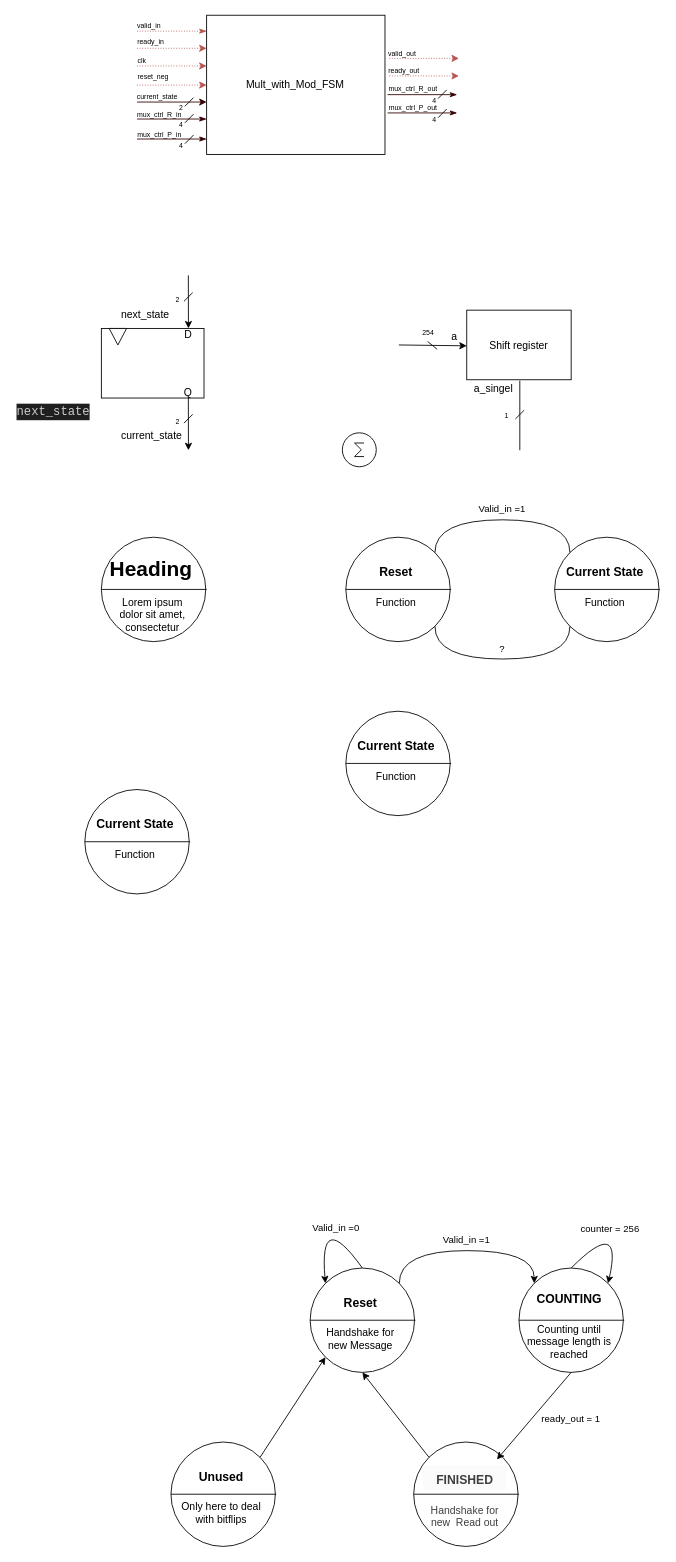
Before: page "State_Dig_Mult_with_mod_fsm" (3 of 8) of TermProject/figurer/For_datasheet/Datas_sheet_drawings.drawio in Lorangs/TFE4141_Digital_Design_1, a draw.io diagram. Source tidied: cells renumbered, new cells numbered last; positions are measured from the earlier drawing's top-left corner, leaving out a move shared by most shapes. Both pictures are drawn from the tidied source at 87%, with x=0, y=0 at pixel (15, 15).
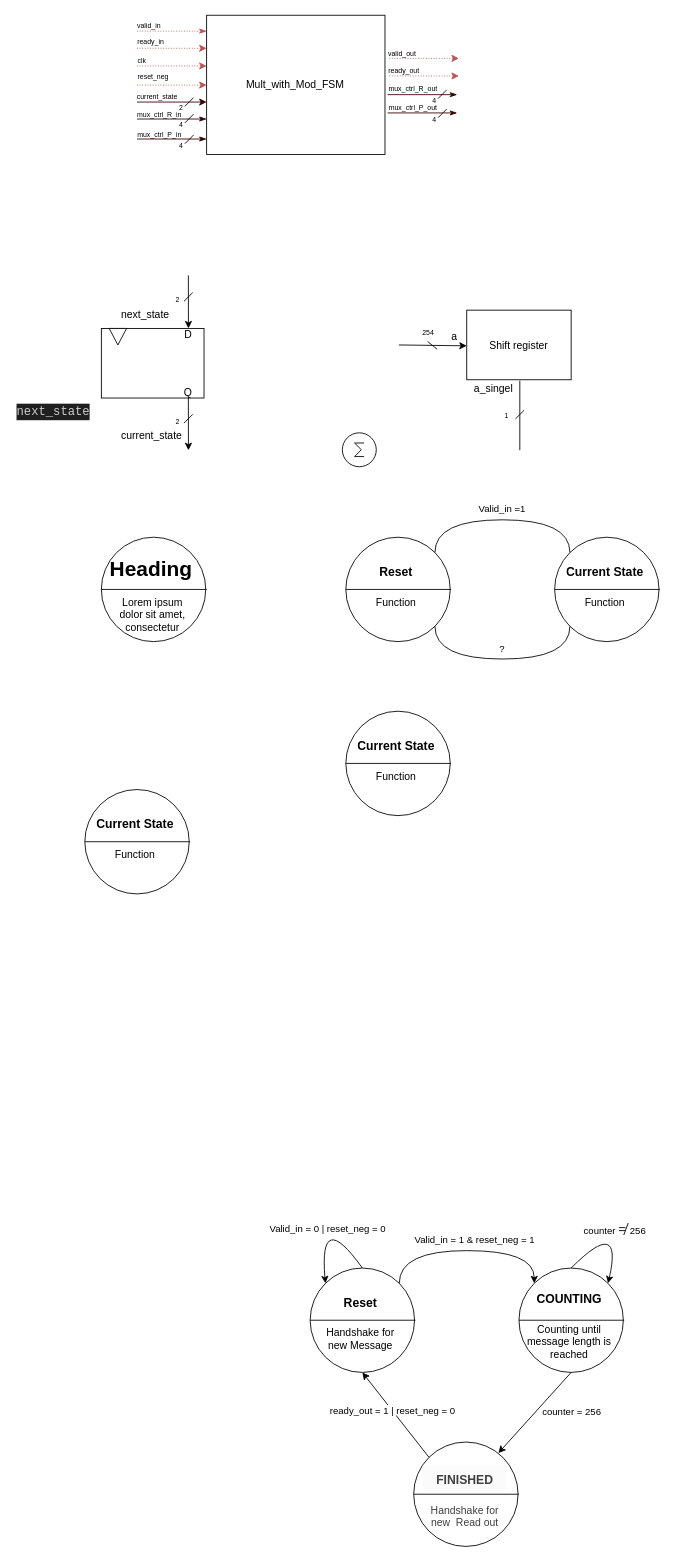
After the change.

The change refers to these unchanged cells:
```xml
<mxCell id="71" style="ellipse;whiteSpace=wrap;html=1;" parent="70" vertex="1">
  <mxGeometry width="120" height="120" as="geometry" />
</mxCell>
<mxCell id="76" style="ellipse;whiteSpace=wrap;html=1;" parent="75" vertex="1">
  <mxGeometry width="120" height="120" as="geometry" />
</mxCell>
<mxCell id="84" style="ellipse;whiteSpace=wrap;html=1;" parent="83" vertex="1">
  <mxGeometry width="120" height="120" as="geometry" />
</mxCell>
<mxCell id="86" value="&lt;h1 style=&quot;scrollbar-color: rgb(226, 226, 226) rgb(251, 251, 251); background-color: rgb(251, 251, 251); margin-top: 0px;&quot;&gt;&lt;span style=&quot;scrollbar-color: rgb(226, 226, 226) rgb(251, 251, 251); font-size: 14px; color: rgb(63, 63, 63);&quot;&gt;FINISHED&lt;/span&gt;&lt;/h1&gt;&lt;div&gt;&lt;span style=&quot;color: rgb(63, 63, 63);&quot;&gt;Handshake for new&amp;nbsp; Read out&lt;/span&gt;&lt;/div&gt;" style="text;html=1;whiteSpace=wrap;overflow=hidden;rounded=0;align=center;" parent="83" vertex="1">
  <mxGeometry x="10" y="20" width="98" height="86" as="geometry" />
</mxCell>
```

The edit, as a diff of the source:
```diff
@@
-    <mxCell id="66" style="group;" parent="1" vertex="1">
-      <mxGeometry x="179" y="1640" width="121" height="120" as="geometry" />
-    </mxCell>
-    <mxCell id="67" style="ellipse;whiteSpace=wrap;html=1;" parent="66" vertex="1">
-      <mxGeometry width="120" height="120" as="geometry" />
-    </mxCell>
-    <mxCell id="68" style="endArrow=none;html=1;exitX=0;exitY=0.5;exitDx=0;exitDy=0;" parent="66" edge="1" source="67">
-      <mxGeometry relative="1" as="geometry">
-        <mxPoint x="121" y="60" as="targetPoint" />
-      </mxGeometry>
-    </mxCell>
-    <mxCell id="69" value="&lt;h1 style=&quot;margin-top: 0px;&quot;&gt;&lt;span style=&quot;font-size: 14px;&quot;&gt;Unused&lt;/span&gt;&lt;/h1&gt;&lt;div&gt;&lt;font&gt;Only here to deal with bitflips&lt;/font&gt;&lt;/div&gt;" style="text;html=1;whiteSpace=wrap;overflow=hidden;rounded=0;align=center;" parent="66" vertex="1">
-      <mxGeometry x="8" y="16" width="100" height="90" as="geometry" />
-    </mxCell>
@@
-    <mxCell id="81" value="&lt;font style=&quot;font-size: 11px;&quot;&gt;Valid_in =1&lt;/font&gt;" style="text;html=1;align=center;verticalAlign=middle;whiteSpace=wrap;rounded=0;" parent="1" vertex="1">
-      <mxGeometry x="489" y="1393" width="60" height="30" as="geometry" />
+    <mxCell id="81" value="&lt;font style=&quot;font-size: 11px;&quot;&gt;Valid_in = 1 &amp;amp; reset_neg = 1&lt;/font&gt;" style="text;html=1;align=center;verticalAlign=middle;whiteSpace=wrap;rounded=0;" parent="1" vertex="1">
+      <mxGeometry x="458" y="1393" width="141" height="30" as="geometry" />
     </mxCell>
-    <mxCell id="82" value="&lt;font style=&quot;font-size: 11px;&quot;&gt;ready_out = 1&lt;/font&gt;" style="text;html=1;align=center;verticalAlign=middle;whiteSpace=wrap;rounded=0;" parent="1" vertex="1">
-      <mxGeometry x="594" y="1598" width="90" height="30" as="geometry" />
-    </mxCell>
@@
-    <mxCell id="87" value="&lt;font style=&quot;font-size: 11px;&quot;&gt;Valid_in =0&lt;/font&gt;" style="text;html=1;align=center;verticalAlign=middle;whiteSpace=wrap;rounded=0;" parent="1" vertex="1">
-      <mxGeometry x="339" y="1379" width="60" height="30" as="geometry" />
+    <mxCell id="87" value="&lt;font style=&quot;font-size: 11px;&quot;&gt;Valid_in = 0 | reset_neg = 0&lt;/font&gt;" style="text;html=1;align=center;verticalAlign=middle;whiteSpace=wrap;rounded=0;" parent="1" vertex="1">
+      <mxGeometry x="289" y="1380" width="141" height="30" as="geometry" />
     </mxCell>
-    <mxCell id="88" value="&lt;font style=&quot;font-size: 11px;&quot;&gt;counter = 256&lt;/font&gt;" style="text;html=1;align=center;verticalAlign=middle;whiteSpace=wrap;rounded=0;" parent="1" vertex="1">
-      <mxGeometry x="649" y="1380" width="70" height="30" as="geometry" />
+    <mxCell id="88" value="&lt;font style=&quot;font-size: 11px;&quot;&gt;counter&amp;nbsp;&lt;span style=&quot;color: rgb(33, 37, 41); font-family: system-ui, -apple-system, &amp;quot;Segoe UI&amp;quot;, Roboto, &amp;quot;Helvetica Neue&amp;quot;, Arial, &amp;quot;Noto Sans&amp;quot;, &amp;quot;Liberation Sans&amp;quot;, sans-serif, &amp;quot;Apple Color Emoji&amp;quot;, &amp;quot;Segoe UI Emoji&amp;quot;, &amp;quot;Segoe UI Symbol&amp;quot;, &amp;quot;Noto Color Emoji&amp;quot;; font-size: 16px; text-align: start; background-color: rgb(255, 255, 255);&quot;&gt;≠&amp;nbsp;&lt;/span&gt;256&lt;/font&gt;" style="text;html=1;align=center;verticalAlign=middle;whiteSpace=wrap;rounded=0;" parent="1" vertex="1">
+      <mxGeometry x="649" y="1380" width="81" height="30" as="geometry" />
     </mxCell>
-    <mxCell id="89" style="endArrow=none;html=1;entryX=0.5;entryY=1;entryDx=0;entryDy=0;startArrow=classic;startFill=1;" parent="1" edge="1" source="86" target="76">
+    <mxCell id="89" style="endArrow=none;html=1;entryX=0.5;entryY=1;entryDx=0;entryDy=0;startArrow=classic;startFill=1;exitX=0.811;exitY=0.106;exitDx=0;exitDy=0;exitPerimeter=0;" parent="1" edge="1" source="84" target="76">
       <mxGeometry relative="1" as="geometry" />
     </mxCell>
@@
-    <mxCell id="91" style="endArrow=classic;html=1;entryX=0;entryY=1;entryDx=0;entryDy=0;exitX=1;exitY=0;exitDx=0;exitDy=0;endFill=1;" parent="1" edge="1" source="67" target="71">
-      <mxGeometry relative="1" as="geometry" />
-    </mxCell>
@@
+    <mxCell id="112" value="&lt;font style=&quot;font-size: 11px;&quot;&gt;counter = 256&lt;/font&gt;" style="text;html=1;align=center;verticalAlign=middle;whiteSpace=wrap;rounded=0;" parent="1" vertex="1">
+      <mxGeometry x="604.5" y="1590" width="70" height="30" as="geometry" />
+    </mxCell>
+    <mxCell id="113" value="&lt;span style=&quot;color: rgb(0, 0, 0); font-family: Helvetica; font-size: 11px; font-style: normal; font-variant-ligatures: normal; font-variant-caps: normal; font-weight: 400; letter-spacing: normal; orphans: 2; text-align: center; text-indent: 0px; text-transform: none; widows: 2; word-spacing: 0px; -webkit-text-stroke-width: 0px; white-space: normal; text-decoration-thickness: initial; text-decoration-style: initial; text-decoration-color: initial; float: none; background-color: light-dark(#ffffff, var(--ge-dark-color, #121212)); display: inline !important;&quot;&gt;ready_out = 1 | reset_neg = 0&lt;/span&gt;" style="text;whiteSpace=wrap;html=1;" parent="1" vertex="1">
+      <mxGeometry x="360" y="1590" width="170" height="40" as="geometry" />
+    </mxCell>
```
